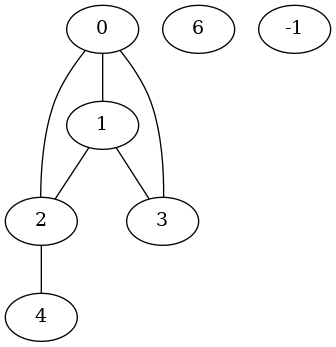
Above: saida.dot.png in Luiz-Oliveiraa/projeto_Grafos (Graphviz), before the change. Its source is kept beside it as saida.dot. Source of this version:
```dot
strict graph{
	0[label="0"]
	1[label="1"]
	2[label="2"]
	3[label="3"]
	4[label="4"]
	5[label="6"]
	6[label="-1"]

	0 -- 1
	0 -- 2
	0 -- 3
	1 -- 0
	1 -- 2
	1 -- 3
	2 -- 0
	2 -- 1
	2 -- 4
	3 -- 0
	3 -- 1
	4 -- 2

}
```
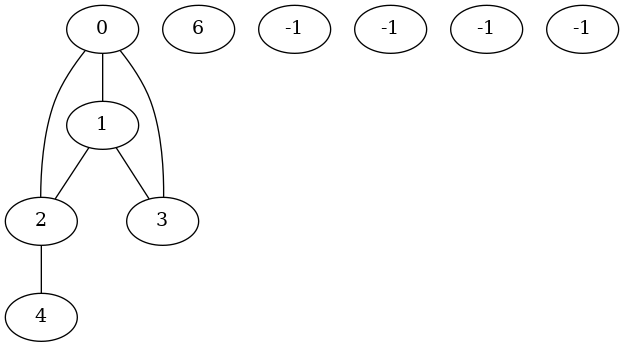
Above is the later version.

Change to the diagram source:
```diff
@@ -6,6 +6,9 @@
 	4[label="4"]
 	5[label="6"]
 	6[label="-1"]
+	7[label="-1"]
+	8[label="-1"]
+	9[label="-1"]
 
 	0 -- 1
 	0 -- 2
```
